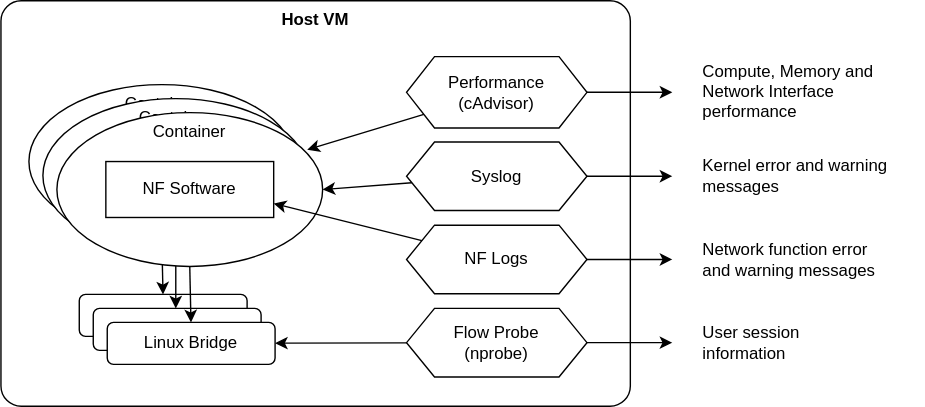
Before: docs/data/metrics.drawio.svg, a diagram exported from draw.io (brianpnaughton/free5gc-lab). Source tidied: cells renumbered, new cells last; positions are measured from the earlier drawing's top-left corner, leaving out a move shared by most shapes.
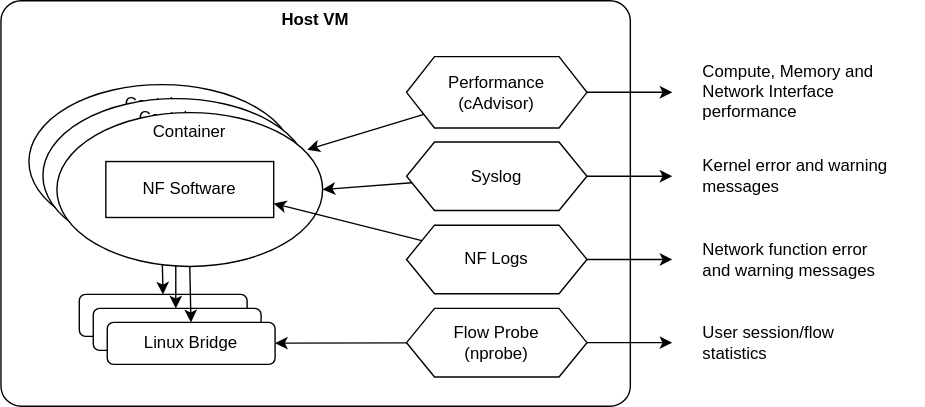
Later version of the same file.

Commit message:
updated data use case

What changed in the source:
```diff
@@ -87,7 +87,7 @@
     <mxCell id="26" value="Network function error and warning messages" style="text;html=1;strokeColor=none;fillColor=none;align=left;verticalAlign=middle;whiteSpace=wrap;rounded=0;" parent="1" vertex="1">
       <mxGeometry x="500" y="170" width="140" height="30" as="geometry" />
     </mxCell>
-    <mxCell id="27" value="User session information" style="text;html=1;strokeColor=none;fillColor=none;align=left;verticalAlign=middle;whiteSpace=wrap;rounded=0;" parent="1" vertex="1">
+    <mxCell id="27" value="User session/flow statistics" style="text;html=1;strokeColor=none;fillColor=none;align=left;verticalAlign=middle;whiteSpace=wrap;rounded=0;" parent="1" vertex="1">
       <mxGeometry x="500" y="229.5" width="130" height="30" as="geometry" />
     </mxCell>
     <mxCell id="28" style="edgeStyle=none;html=1;entryX=1;entryY=0.75;entryDx=0;entryDy=0;" parent="1" edge="1" source="13" target="23">
```
